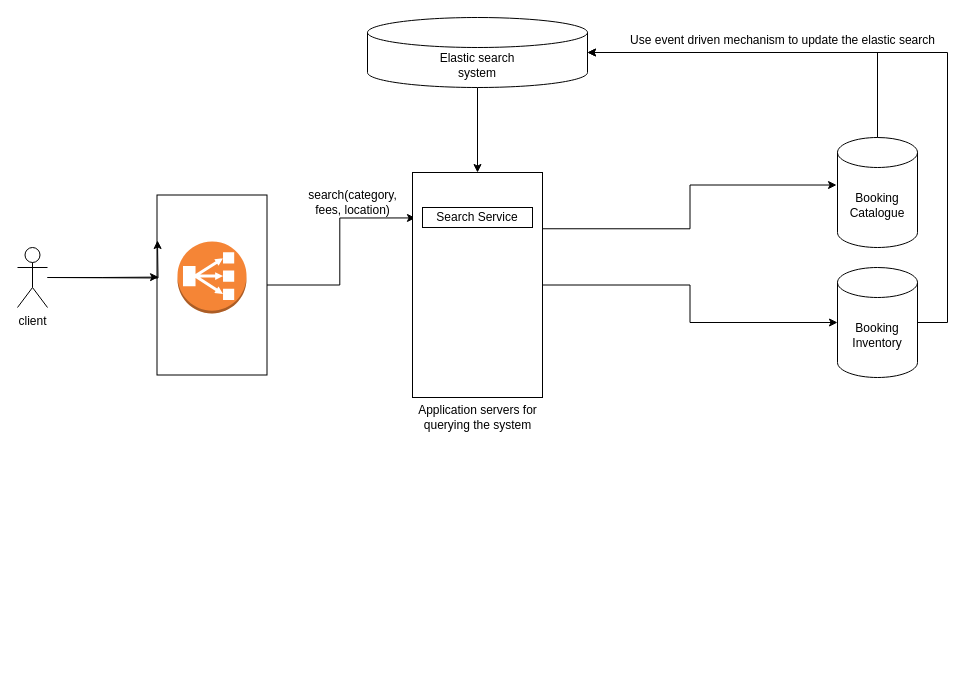
anshul1790/system-design-playground keeps this draw.io diagram as AppointmentSchedulingSystemLikePracto.drawio. Above is the earlier version. Source tidied: cells renumbered, new cells numbered last; positions are measured from the earlier drawing's top-left corner, leaving out a move shared by most shapes. Both pictures are drawn from the tidied source at 100%, with x=0, y=0 at pixel (17, 17).
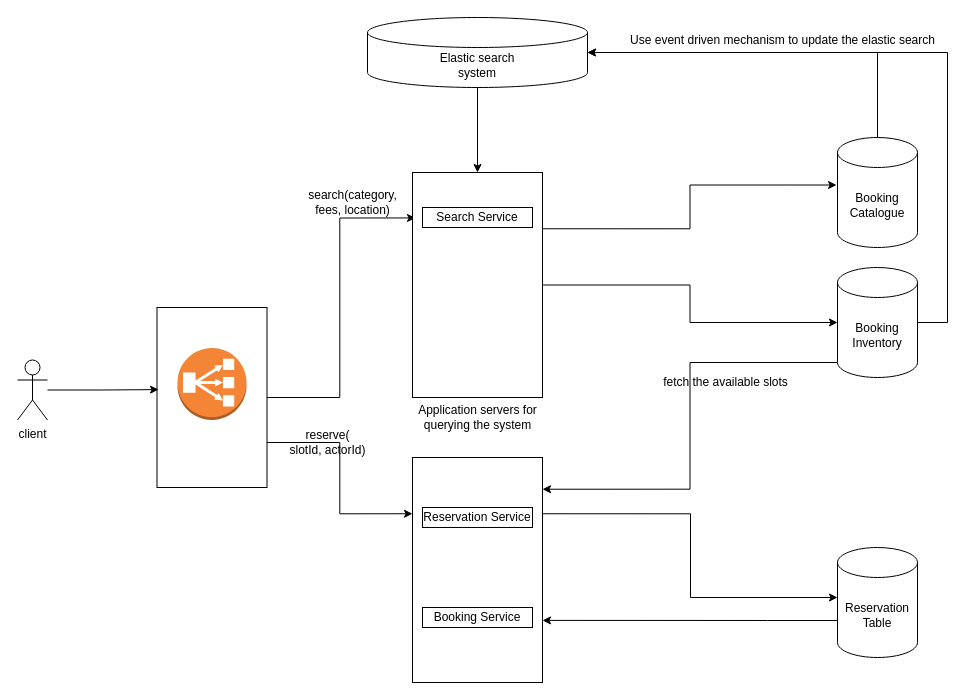
The same diagram, later.

The change refers to these unchanged cells:
```xml
<mxCell id="12" value="Booking Inventory" style="shape=cylinder3;whiteSpace=wrap;html=1;boundedLbl=1;backgroundOutline=1;size=15;" parent="1" vertex="1">
  <mxGeometry x="820" y="250" width="80" height="110" as="geometry" />
</mxCell>
```

Diff of the diagram source:
```diff
@@
+    <mxCell id="21" style="edgeStyle=orthogonalEdgeStyle;rounded=0;jettySize=auto;html=1;exitX=1;exitY=0.75;exitDx=0;exitDy=0;entryX=0;entryY=0.25;entryDx=0;entryDy=0;" parent="1" edge="1" source="3" target="22">
+      <mxGeometry relative="1" as="geometry" />
+    </mxCell>
     <mxCell id="3" style="rounded=0;whiteSpace=wrap;html=1;" parent="1" vertex="1">
-      <mxGeometry x="139.5" y="177.5" width="110" height="180" as="geometry" />
+      <mxGeometry x="139.5" y="290" width="110" height="180" as="geometry" />
     </mxCell>
     <mxCell id="4" value="client" style="shape=umlActor;verticalLabelPosition=bottom;verticalAlign=top;html=1;outlineConnect=0;" parent="1" vertex="1">
-      <mxGeometry y="230" width="30" height="60" as="geometry" />
+      <mxGeometry y="342.5" width="30" height="60" as="geometry" />
     </mxCell>
@@
     <mxCell id="8" style="dashed=0;verticalLabelPosition=bottom;verticalAlign=top;align=center;html=1;shape=mxgraph.aws3.classic_load_balancer;fillColor=#F58536;gradientColor=none;" parent="1" vertex="1">
-      <mxGeometry x="160" y="224" width="69" height="72" as="geometry" />
+      <mxGeometry x="160" y="330.5" width="69" height="72" as="geometry" />
     </mxCell>
@@
-    <mxCell id="11" style="edgeStyle=orthogonalEdgeStyle;rounded=0;orthogonalLoop=1;jettySize=auto;html=1;entryX=0;entryY=0.25;entryDx=0;entryDy=0;" parent="1" edge="1">
-      <mxGeometry relative="1" as="geometry">
-        <mxPoint x="30" y="260" as="sourcePoint" />
-        <mxPoint x="140" y="223" as="targetPoint" />
-      </mxGeometry>
-    </mxCell>
@@
+    <mxCell id="22" style="rounded=0;whiteSpace=wrap;html=1;" parent="1" vertex="1">
+      <mxGeometry x="395" y="440" width="130" height="225" as="geometry" />
+    </mxCell>
+    <mxCell id="23" value="Reservation Service" style="rounded=0;whiteSpace=wrap;html=1;" parent="1" vertex="1">
+      <mxGeometry x="405" y="490" width="110" height="20" as="geometry" />
+    </mxCell>
+    <mxCell id="24" value="Booking Service" style="rounded=0;whiteSpace=wrap;html=1;" parent="1" vertex="1">
+      <mxGeometry x="405" y="590" width="110" height="20" as="geometry" />
+    </mxCell>
+    <mxCell id="25" value="Reservation&lt;div&gt;Table&lt;/div&gt;" style="shape=cylinder3;whiteSpace=wrap;html=1;boundedLbl=1;backgroundOutline=1;size=15;" parent="1" vertex="1">
+      <mxGeometry x="820" y="530" width="80" height="110" as="geometry" />
+    </mxCell>
+    <mxCell id="26" style="edgeStyle=orthogonalEdgeStyle;rounded=0;jettySize=auto;html=1;exitX=1;exitY=0.25;exitDx=0;exitDy=0;" parent="1" edge="1" source="22">
+      <mxGeometry relative="1" as="geometry">
+        <mxPoint x="820" y="580" as="targetPoint" />
+        <Array as="points">
+          <mxPoint x="673" y="496" />
+          <mxPoint x="673" y="580" />
+          <mxPoint x="820" y="580" />
+        </Array>
+      </mxGeometry>
+    </mxCell>
+    <mxCell id="27" style="edgeStyle=orthogonalEdgeStyle;rounded=0;jettySize=auto;html=1;exitX=0;exitY=1;exitDx=0;exitDy=-15;exitPerimeter=0;entryX=1;entryY=0.141;entryDx=0;entryDy=0;entryPerimeter=0;" parent="1" edge="1" source="12" target="22">
+      <mxGeometry relative="1" as="geometry" />
+    </mxCell>
+    <mxCell id="28" value="fetch the available slots" style="text;html=1;align=center;verticalAlign=middle;strokeColor=none;fillColor=none;" parent="1" vertex="1">
+      <mxGeometry x="633" y="350" width="150" height="30" as="geometry" />
+    </mxCell>
+    <mxCell id="29" value="reserve(&lt;div&gt;slotId, actorId)&lt;/div&gt;" style="text;html=1;align=center;verticalAlign=middle;strokeColor=none;fillColor=none;" parent="1" vertex="1">
+      <mxGeometry x="260" y="405" width="100" height="40" as="geometry" />
+    </mxCell>
+    <mxCell id="30" style="edgeStyle=orthogonalEdgeStyle;rounded=0;jettySize=auto;html=1;entryX=1;entryY=0.724;entryDx=0;entryDy=0;entryPerimeter=0;" parent="1" edge="1" source="25" target="22">
+      <mxGeometry relative="1" as="geometry">
+        <Array as="points">
+          <mxPoint x="750" y="603" />
+          <mxPoint x="750" y="603" />
+        </Array>
+      </mxGeometry>
+    </mxCell>
```
